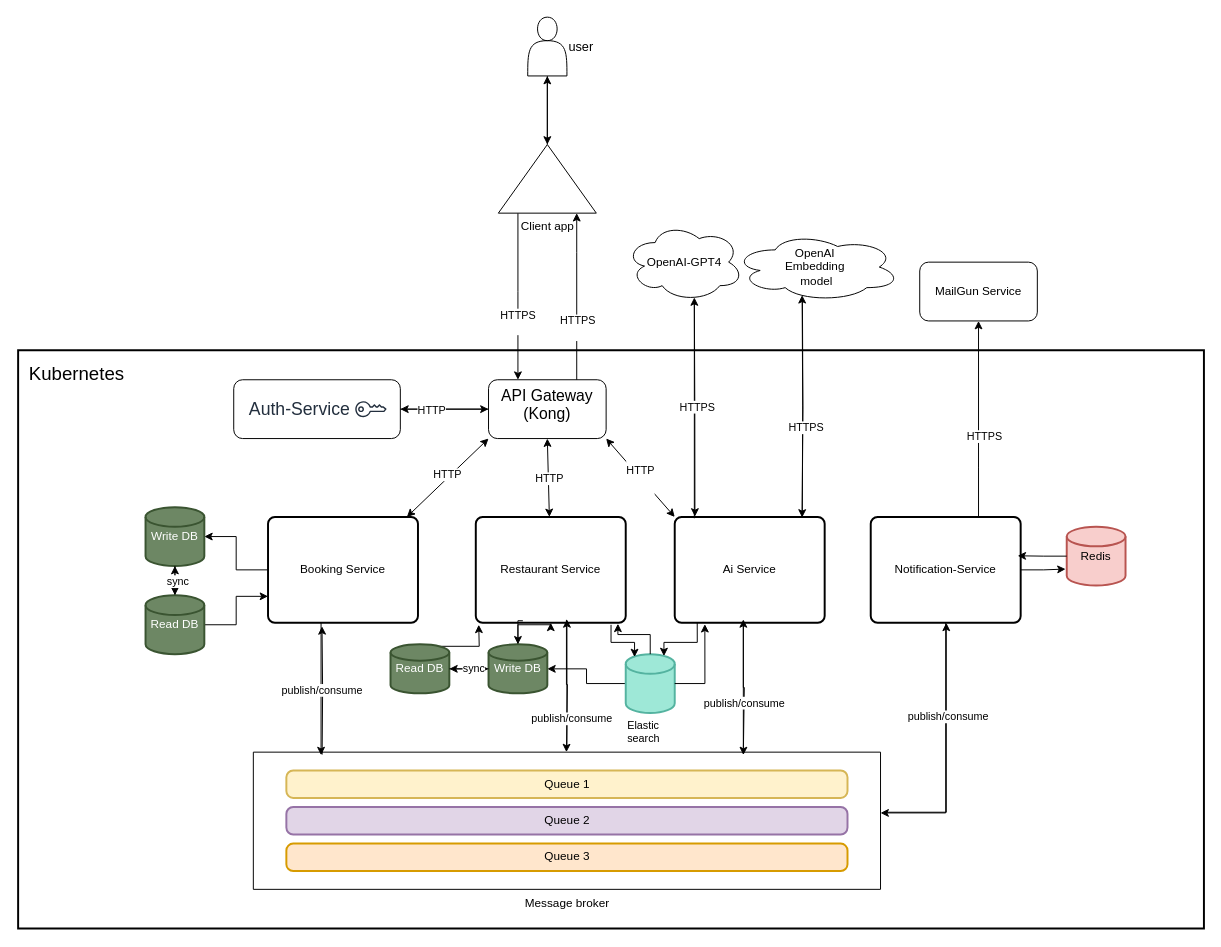
Before: docs/design/microservice-arch.drawio in 3rd-semester-sd/bachelor-project, a draw.io diagram. Source tidied: cells renumbered, new cells numbered last; positions are measured from the earlier drawing's top-left corner, leaving out a move shared by most shapes. Both pictures are drawn from the tidied source at 98%, with x=0, y=0 at pixel (18, 17).
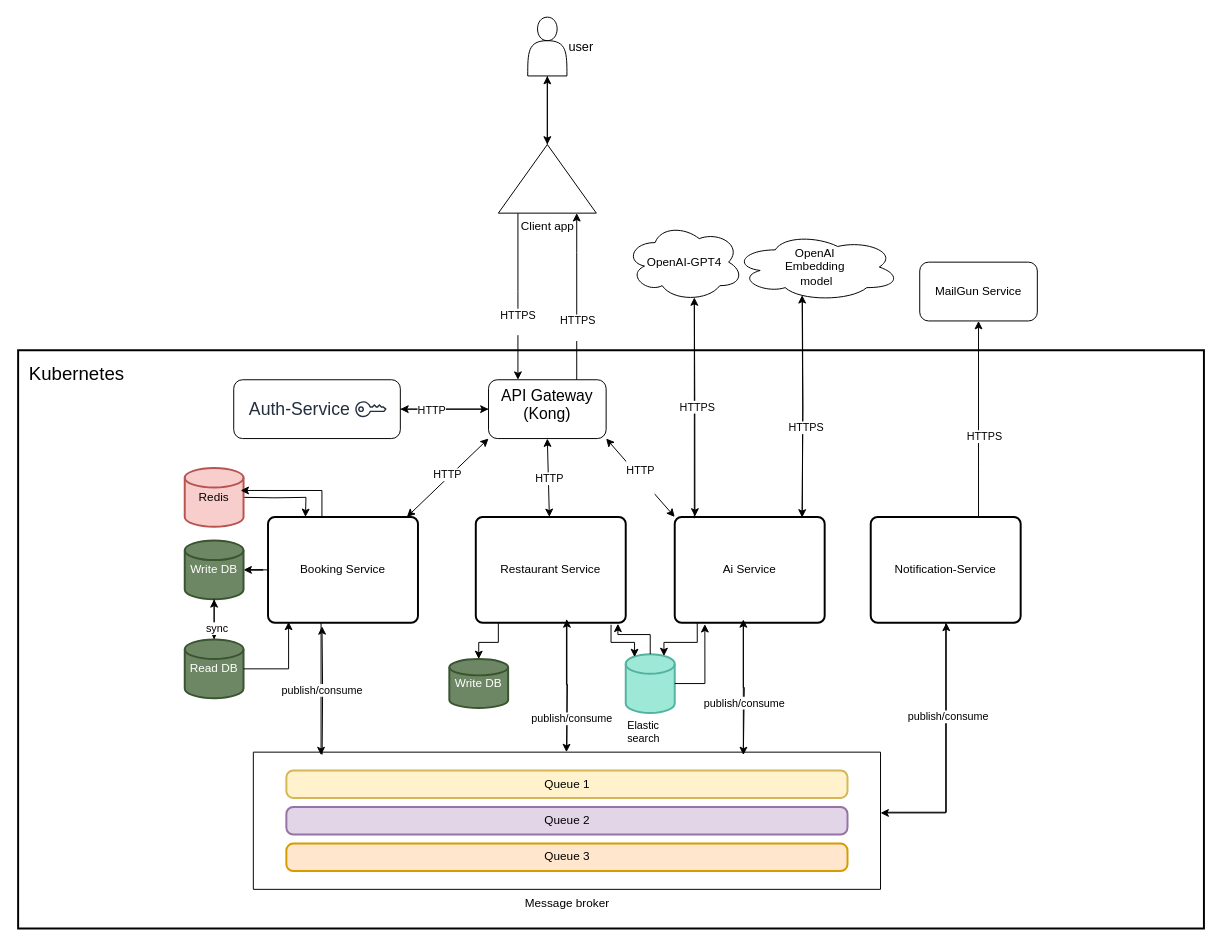
The same diagram, later.

Unchanged cells that the change refers to:
```xml
<mxCell id="15" value="Booking Service" style="rounded=1;whiteSpace=wrap;html=1;absoluteArcSize=1;arcSize=14;strokeWidth=2;fillColor=none;" parent="1" vertex="1">
  <mxGeometry x="255" y="510" width="153" height="108" as="geometry" />
</mxCell>
<mxCell id="16" value="Restaurant Service" style="rounded=1;whiteSpace=wrap;html=1;absoluteArcSize=1;arcSize=14;strokeWidth=2;fillColor=none;" parent="1" vertex="1">
  <mxGeometry x="467" y="510" width="153" height="108" as="geometry" />
</mxCell>
<mxCell id="19" value="Elastic search" style="strokeWidth=2;html=1;shape=mxgraph.flowchart.database;whiteSpace=wrap;fillColor=#9EE8D7;labelPosition=center;verticalLabelPosition=bottom;align=left;verticalAlign=top;fontSize=11;labelBackgroundColor=default;strokeColor=#54B3A0;" parent="1" vertex="1">
  <mxGeometry x="620" y="650" width="50" height="60" as="geometry" />
</mxCell>
<mxCell id="71" value="Notification-Service" style="rounded=1;whiteSpace=wrap;html=1;absoluteArcSize=1;arcSize=14;strokeWidth=2;fillColor=none;" parent="1" vertex="1">
  <mxGeometry x="870" y="510" width="153" height="108" as="geometry" />
</mxCell>
```

Diff of the diagram source:
```diff
@@
+    <mxCell id="79" style="edgeStyle=orthogonalEdgeStyle;rounded=0;jettySize=auto;html=1;" parent="1" edge="1" source="16" target="60">
+      <mxGeometry relative="1" as="geometry">
+        <Array as="points">
+          <mxPoint x="490" y="638" />
+          <mxPoint x="470" y="638" />
+        </Array>
+      </mxGeometry>
+    </mxCell>
@@
-    <mxCell id="18" style="edgeStyle=orthogonalEdgeStyle;rounded=0;jettySize=auto;html=1;" parent="1" edge="1" source="19" target="62">
-      <mxGeometry relative="1" as="geometry" />
-    </mxCell>
@@
-    <mxCell id="43" style="edgeStyle=orthogonalEdgeStyle;rounded=0;jettySize=auto;html=1;entryX=0;entryY=0.75;entryDx=0;entryDy=0;" parent="1" edge="1" source="44" target="15">
-      <mxGeometry relative="1" as="geometry" />
-    </mxCell>
     <mxCell id="44" value="Read DB" style="strokeWidth=2;html=1;shape=mxgraph.flowchart.database;whiteSpace=wrap;fillColor=#6d8764;strokeColor=#3A5431;fontColor=#ffffff;" parent="1" vertex="1">
-      <mxGeometry x="130" y="590" width="60" height="60" as="geometry" />
+      <mxGeometry x="170" y="635" width="60" height="60" as="geometry" />
     </mxCell>
@@
     <mxCell id="56" value="Write DB" style="strokeWidth=2;html=1;shape=mxgraph.flowchart.database;whiteSpace=wrap;fillColor=#6d8764;strokeColor=#3A5431;fontColor=#ffffff;" parent="1" vertex="1">
-      <mxGeometry x="130" y="500" width="60" height="60" as="geometry" />
+      <mxGeometry x="170" y="534" width="60" height="60" as="geometry" />
     </mxCell>
@@
-    <mxCell id="59" style="edgeStyle=orthogonalEdgeStyle;rounded=0;jettySize=auto;html=1;exitX=0.733;exitY=0.04;exitDx=0;exitDy=0;exitPerimeter=0;" parent="1" edge="1" source="60">
-      <mxGeometry relative="1" as="geometry">
-        <mxPoint x="470" y="620" as="targetPoint" />
-      </mxGeometry>
-    </mxCell>
-    <mxCell id="60" value="Read DB" style="strokeWidth=2;html=1;shape=mxgraph.flowchart.database;whiteSpace=wrap;fillColor=#6d8764;strokeColor=#3A5431;fontColor=#ffffff;" parent="1" vertex="1">
-      <mxGeometry x="380" y="640" width="60" height="50" as="geometry" />
+    <mxCell id="60" value="Write DB" style="strokeWidth=2;html=1;shape=mxgraph.flowchart.database;whiteSpace=wrap;fillColor=#6d8764;strokeColor=#3A5431;fontColor=#ffffff;" parent="1" vertex="1">
+      <mxGeometry x="440" y="655" width="60" height="50" as="geometry" />
     </mxCell>
-    <mxCell id="61" style="edgeStyle=orthogonalEdgeStyle;rounded=0;jettySize=auto;html=1;" parent="1" edge="1" source="62" target="16">
-      <mxGeometry relative="1" as="geometry" />
-    </mxCell>
-    <mxCell id="62" value="Write DB" style="strokeWidth=2;html=1;shape=mxgraph.flowchart.database;whiteSpace=wrap;fillColor=#6d8764;strokeColor=#3A5431;fontColor=#ffffff;" parent="1" vertex="1">
-      <mxGeometry x="480" y="640" width="60" height="50" as="geometry" />
-    </mxCell>
-    <mxCell id="63" style="edgeStyle=orthogonalEdgeStyle;rounded=0;jettySize=auto;html=1;entryX=1;entryY=0.5;entryDx=0;entryDy=0;entryPerimeter=0;" parent="1" edge="1" source="62" target="60">
-      <mxGeometry relative="1" as="geometry" />
-    </mxCell>
-    <mxCell id="64" style="edgeStyle=orthogonalEdgeStyle;rounded=0;jettySize=auto;html=1;entryX=0;entryY=0.5;entryDx=0;entryDy=0;entryPerimeter=0;" parent="1" edge="1" source="60" target="62">
-      <mxGeometry relative="1" as="geometry" />
-    </mxCell>
-    <mxCell id="65" value="sync" style="edgeLabel;html=1;align=center;verticalAlign=middle;" parent="64" vertex="1">
-      <mxGeometry x="0.18" y="1" relative="1" as="geometry" />
-    </mxCell>
-    <mxCell id="66" style="edgeStyle=orthogonalEdgeStyle;rounded=0;jettySize=auto;html=1;entryX=0.5;entryY=0;entryDx=0;entryDy=0;entryPerimeter=0;exitX=0.314;exitY=0.981;exitDx=0;exitDy=0;exitPerimeter=0;" parent="1" edge="1" source="16" target="62">
-      <mxGeometry relative="1" as="geometry" />
-    </mxCell>
@@
+    <mxCell id="80" style="edgeStyle=orthogonalEdgeStyle;rounded=0;orthogonalLoop=1;jettySize=auto;html=1;entryX=0.25;entryY=0;entryDx=0;entryDy=0;" parent="1" edge="1">
+      <mxGeometry relative="1" as="geometry">
+        <mxPoint x="230" y="490" as="sourcePoint" />
+        <mxPoint x="293.2" y="510" as="targetPoint" />
+      </mxGeometry>
+    </mxCell>
     <mxCell id="72" value="&lt;div&gt;Redis&lt;/div&gt;" style="strokeWidth=2;html=1;shape=mxgraph.flowchart.database;whiteSpace=wrap;fillColor=#f8cecc;strokeColor=#b85450;" parent="1" vertex="1">
-      <mxGeometry x="1070" y="520" width="60" height="60" as="geometry" />
+      <mxGeometry x="170" y="460" width="60" height="60" as="geometry" />
     </mxCell>
-    <mxCell id="73" style="edgeStyle=orthogonalEdgeStyle;rounded=0;jettySize=auto;html=1;entryX=0.98;entryY=0.367;entryDx=0;entryDy=0;entryPerimeter=0;" parent="1" edge="1" source="72" target="71">
-      <mxGeometry relative="1" as="geometry" />
-    </mxCell>
-    <mxCell id="74" style="edgeStyle=orthogonalEdgeStyle;rounded=0;jettySize=auto;html=1;entryX=-0.02;entryY=0.72;entryDx=0;entryDy=0;entryPerimeter=0;" parent="1" edge="1" source="71" target="72">
-      <mxGeometry relative="1" as="geometry" />
-    </mxCell>
@@
+    <mxCell id="43" style="edgeStyle=orthogonalEdgeStyle;rounded=0;jettySize=auto;html=1;entryX=0.137;entryY=0.991;entryDx=0;entryDy=0;entryPerimeter=0;" parent="1" edge="1" source="44" target="15">
+      <mxGeometry relative="1" as="geometry" />
+    </mxCell>
+    <mxCell id="81" style="edgeStyle=orthogonalEdgeStyle;rounded=0;jettySize=auto;html=1;entryX=0.95;entryY=0.383;entryDx=0;entryDy=0;entryPerimeter=0;exitX=0.5;exitY=0;exitDx=0;exitDy=0;" parent="1" edge="1" source="15" target="72">
+      <mxGeometry relative="1" as="geometry">
+        <Array as="points">
+          <mxPoint x="310" y="510" />
+          <mxPoint x="310" y="483" />
+        </Array>
+      </mxGeometry>
+    </mxCell>
```
